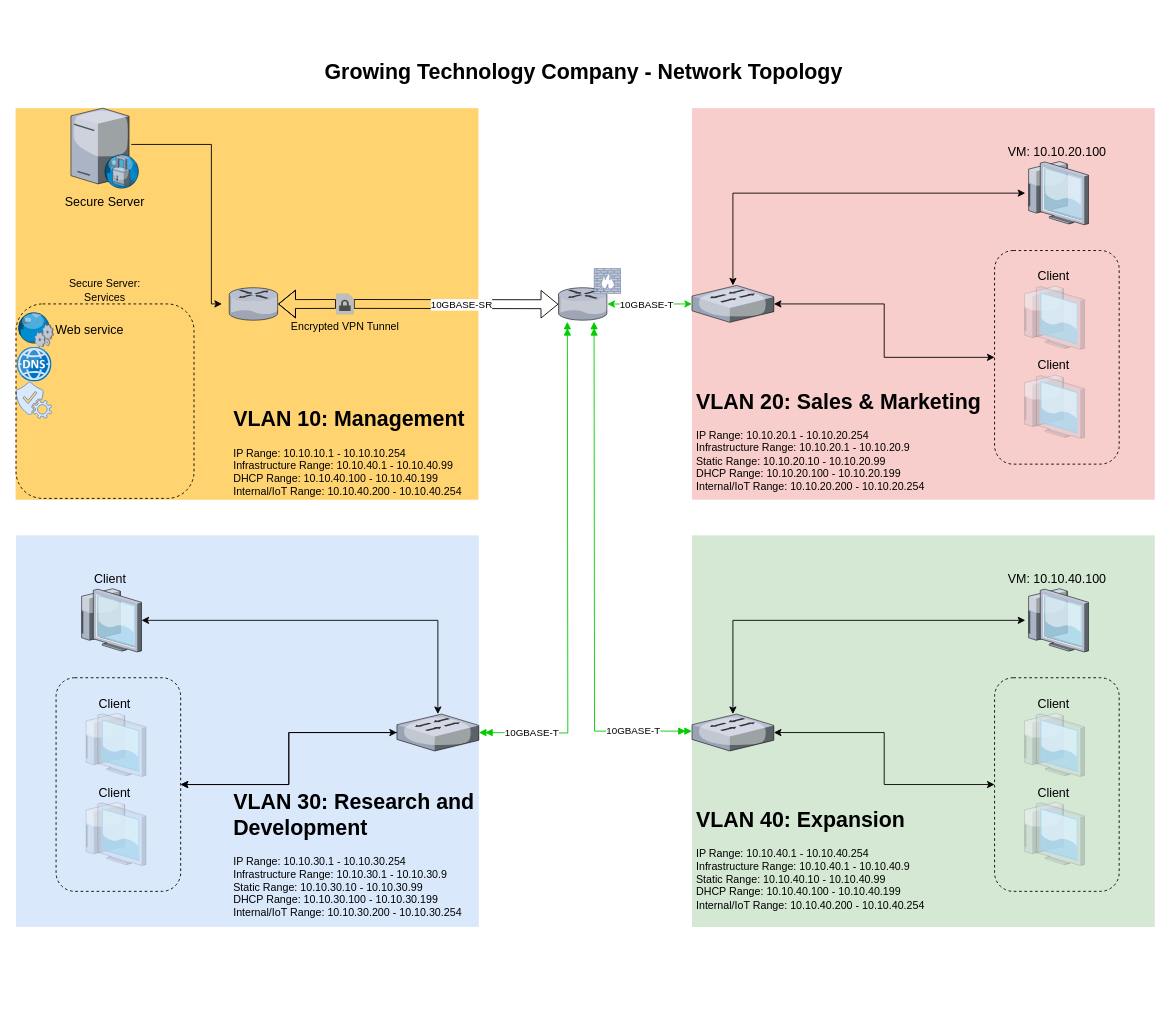
The draw.io diagram initial.drawio in JingLbyte/documentation, before the edit. Source tidied: cells renumbered, new cells numbered last; positions are measured from the earlier drawing's top-left corner, leaving out a move shared by most shapes. Both pictures are drawn from the tidied source at 89%, with x=0, y=0 at pixel (15, 54).
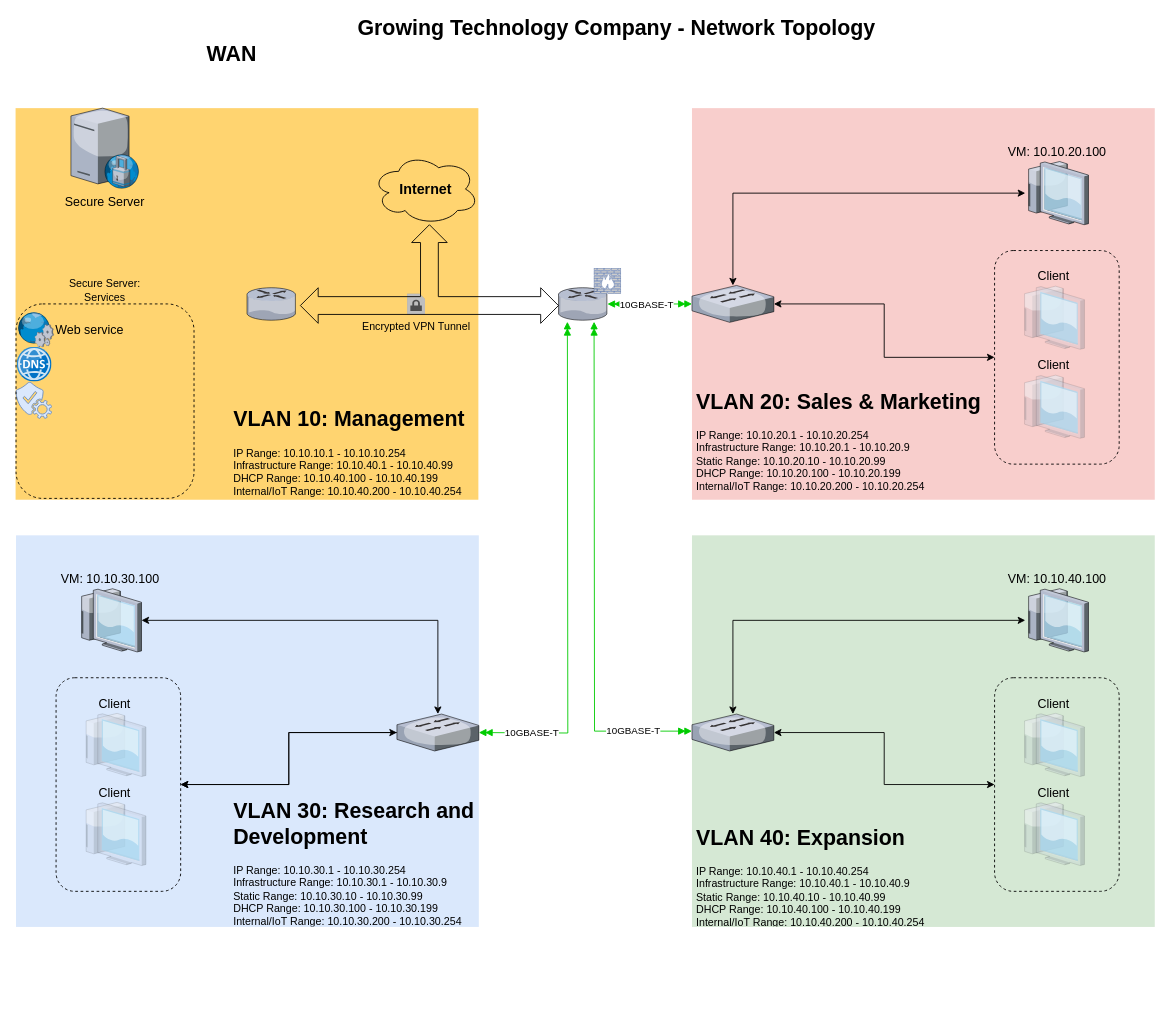
The same page after the edit.

Unchanged cells that the change refers to:
```xml
<mxCell id="3" style="whiteSpace=wrap;html=1;fillColor=#f8cecc;fontSize=14;strokeColor=none;verticalAlign=top;" parent="1" vertex="1">
  <mxGeometry x="760" y="60" width="520" height="440" as="geometry" />
</mxCell>
<mxCell id="8" style="verticalLabelPosition=bottom;html=1;verticalAlign=top;strokeColor=none;shape=mxgraph.citrix.router;fillColor=#66B2FF;gradientColor=#0066CC;fontSize=14;" parent="1" vertex="1">
  <mxGeometry x="610" y="261.8" width="55" height="36.5" as="geometry" />
</mxCell>
```

What changed in the source:
```diff
@@
-    <mxCell id="7" style="edgeStyle=orthogonalEdgeStyle;rounded=1;jettySize=auto;html=1;entryX=0;entryY=0.5;entryDx=0;entryDy=0;startArrow=classic;startFill=1;strokeColor=#00CC00;" parent="1" edge="1" source="8" target="3">
+    <mxCell id="7" style="edgeStyle=orthogonalEdgeStyle;rounded=1;jettySize=auto;html=1;entryX=0;entryY=0.5;entryDx=0;entryDy=0;startArrow=doubleBlock;startFill=1;strokeColor=#00CC00;endArrow=doubleBlock;endFill=1;" parent="1" edge="1" source="8" target="3">
       <mxGeometry relative="1" as="geometry" />
     </mxCell>
@@
     <mxCell id="11" value="Growing Technology Company - Network Topology" style="text;strokeColor=none;fillColor=none;html=1;fontSize=24;fontStyle=1;verticalAlign=middle;align=center;" parent="1" vertex="1">
-      <mxGeometry x="177.5" width="920" height="40" as="geometry" />
+      <mxGeometry x="360" y="-40" width="630.5" height="20" as="geometry" />
     </mxCell>
-    <mxCell id="12" style="shape=flexArrow;endArrow=classic;startArrow=none;html=1;rounded=0;entryX=-0.002;entryY=0.508;entryDx=0;entryDy=0;entryPerimeter=0;exitX=1;exitY=0.5;exitDx=0;exitDy=0;exitPerimeter=0;startFill=0;" parent="1" edge="1" source="27" target="8">
-      <mxGeometry relative="1" as="geometry" />
-    </mxCell>
-    <mxCell id="13" style="shape=flexArrow;endArrow=none;startArrow=classic;html=1;rounded=0;endFill=0;entryX=0;entryY=0.5;entryDx=0;entryDy=0;entryPerimeter=0;edgeStyle=orthogonalEdgeStyle;" parent="1" edge="1" source="42" target="27">
-      <mxGeometry relative="1" as="geometry" />
-    </mxCell>
-    <mxCell id="14" value="10GBASE-SR" style="edgeLabel;html=1;align=center;verticalAlign=middle;" parent="13" vertex="1">
-      <mxGeometry x="-0.13" relative="1" as="geometry">
-        <mxPoint x="177" as="offset" />
-      </mxGeometry>
-    </mxCell>
@@
-    <mxCell id="24" value="Client" style="verticalLabelPosition=top;html=1;verticalAlign=bottom;strokeColor=none;shape=mxgraph.citrix.thin_client;fillColor=#66B2FF;gradientColor=#0066CC;fontSize=14;labelPosition=center;align=center;" parent="1" vertex="1">
+    <mxCell id="24" value="VM: 10.10.30.100" style="verticalLabelPosition=top;html=1;verticalAlign=bottom;strokeColor=none;shape=mxgraph.citrix.thin_client;fillColor=#66B2FF;gradientColor=#0066CC;fontSize=14;labelPosition=center;align=center;" parent="1" vertex="1">
       <mxGeometry x="70.5" y="600" width="71" height="71" as="geometry" />
     </mxCell>
@@
     <mxCell id="27" value="Encrypted VPN Tunnel" style="outlineConnect=0;dashed=0;verticalLabelPosition=bottom;verticalAlign=top;align=center;html=1;shape=mxgraph.aws3.encrypted_data;fillColor=#7D7C7C;gradientColor=none;" parent="1" vertex="1">
-      <mxGeometry x="360" y="268.5" width="20" height="23" as="geometry" />
+      <mxGeometry x="440" y="268.5" width="20" height="23" as="geometry" />
     </mxCell>
@@
     <mxCell id="42" style="verticalLabelPosition=bottom;html=1;verticalAlign=top;strokeColor=none;shape=mxgraph.citrix.router;fillColor=#66B2FF;gradientColor=#0066CC;fontSize=14;" parent="1" vertex="1">
-      <mxGeometry x="240" y="261.8" width="55" height="36.5" as="geometry" />
+      <mxGeometry x="260" y="261.8" width="55" height="36.5" as="geometry" />
     </mxCell>
     <mxCell id="43" value="&lt;h1&gt;VLAN 40: Expansion&lt;/h1&gt;&lt;p&gt;IP Range: 10.10.40.1 - 10.10.40.254&lt;br&gt;Infrastructure Range: 10.10.40.1 - 10.10.40.9&lt;br&gt;Static Range: 10.10.40.10 - 10.10.40.99&lt;br&gt;DHCP Range: 10.10.40.100 - 10.10.40.199&lt;br&gt;Internal/IoT Range: 10.10.40.200 - 10.10.40.254&lt;br&gt;&lt;br&gt;&lt;/p&gt;" style="text;html=1;strokeColor=none;fillColor=none;spacing=5;spacingTop=-20;whiteSpace=wrap;overflow=hidden;rounded=0;" parent="1" vertex="1">
-      <mxGeometry x="760" y="840" width="300" height="230" as="geometry" />
+      <mxGeometry x="760" y="860" width="300" height="120" as="geometry" />
     </mxCell>
     <mxCell id="44" value="&lt;h1&gt;VLAN 10: Management&lt;/h1&gt;&lt;p&gt;IP Range: 10.10.10.1 - 10.10.10.254&lt;br&gt;Infrastructure Range: 10.10.40.1 - 10.10.40.99&lt;br&gt;DHCP Range: 10.10.40.100 - 10.10.40.199&lt;br&gt;Internal/IoT Range: 10.10.40.200 - 10.10.40.254&lt;br&gt;&lt;br&gt;&lt;/p&gt;" style="text;html=1;strokeColor=none;fillColor=none;spacing=5;spacingTop=-20;whiteSpace=wrap;overflow=hidden;rounded=0;" parent="1" vertex="1">
-      <mxGeometry x="240" y="390" width="300" height="230" as="geometry" />
+      <mxGeometry x="240" y="390" width="280" height="110" as="geometry" />
     </mxCell>
     <mxCell id="45" value="&lt;h1&gt;VLAN 20: Sales &amp;amp; Marketing&lt;/h1&gt;&lt;p&gt;IP Range: 10.10.20.1 - 10.10.20.254&lt;br&gt;Infrastructure Range: 10.10.20.1 - 10.10.20.9&lt;br&gt;Static Range: 10.10.20.10 - 10.10.20.99&lt;br&gt;DHCP Range: 10.10.20.100 - 10.10.20.199&lt;br&gt;Internal/IoT Range: 10.10.20.200 - 10.10.20.254&lt;br&gt;&lt;br&gt;&lt;/p&gt;" style="text;html=1;strokeColor=none;fillColor=none;spacing=5;spacingTop=-20;whiteSpace=wrap;overflow=hidden;rounded=0;" parent="1" vertex="1">
-      <mxGeometry x="760" y="370" width="330" height="230" as="geometry" />
+      <mxGeometry x="760" y="370" width="330" height="130" as="geometry" />
     </mxCell>
     <mxCell id="46" value="&lt;h1&gt;VLAN 30: Research and Development&lt;br&gt;&lt;/h1&gt;&lt;p&gt;IP Range: 10.10.30.1 - 10.10.30.254&lt;br&gt;Infrastructure Range: 10.10.30.1 - 10.10.30.9&lt;br&gt;Static Range: 10.10.30.10 - 10.10.30.99&lt;br&gt;DHCP Range: 10.10.30.100 - 10.10.30.199&lt;br&gt;Internal/IoT Range: 10.10.30.200 - 10.10.30.254&lt;br&gt;&lt;br&gt;&lt;/p&gt;" style="text;html=1;strokeColor=none;fillColor=none;spacing=5;spacingTop=-20;whiteSpace=wrap;overflow=hidden;rounded=0;" parent="1" vertex="1">
-      <mxGeometry x="240" y="820" width="300" height="230" as="geometry" />
+      <mxGeometry x="240" y="830" width="280" height="150" as="geometry" />
     </mxCell>
@@
-    <mxCell id="55" style="edgeStyle=orthogonalEdgeStyle;rounded=0;orthogonalLoop=1;jettySize=auto;html=1;entryX=0.011;entryY=0.615;entryDx=0;entryDy=0;entryPerimeter=0;" parent="1" edge="1">
-      <mxGeometry relative="1" as="geometry">
-        <mxPoint x="130" y="100.8" as="sourcePoint" />
-        <mxPoint x="231.9" y="280" as="targetPoint" />
-        <Array as="points">
-          <mxPoint x="220" y="101" />
-          <mxPoint x="220" y="280" />
-        </Array>
-      </mxGeometry>
-    </mxCell>
@@
+    <mxCell id="58" value="&lt;h1&gt;WAN&lt;/h1&gt;" style="text;html=1;strokeColor=none;fillColor=none;align=center;verticalAlign=middle;whiteSpace=wrap;rounded=0;" parent="1" vertex="1">
+      <mxGeometry x="180.5" y="-20" width="124.2" height="40" as="geometry" />
+    </mxCell>
+    <mxCell id="59" style="html=1;shadow=0;dashed=0;align=center;verticalAlign=middle;shape=mxgraph.arrows2.triadArrow;dy=10;dx=20;arrowHead=40;fillColor=none;" parent="1" vertex="1">
+      <mxGeometry x="320" y="191" width="290" height="110.8" as="geometry" />
+    </mxCell>
+    <mxCell id="60" value="&lt;b&gt;&lt;font style=&quot;font-size: 16px;&quot;&gt;Internet&lt;/font&gt;&lt;/b&gt;" style="ellipse;shape=cloud;whiteSpace=wrap;html=1;fillColor=none;" parent="1" vertex="1">
+      <mxGeometry x="400.5" y="111" width="120" height="80" as="geometry" />
+    </mxCell>
```
